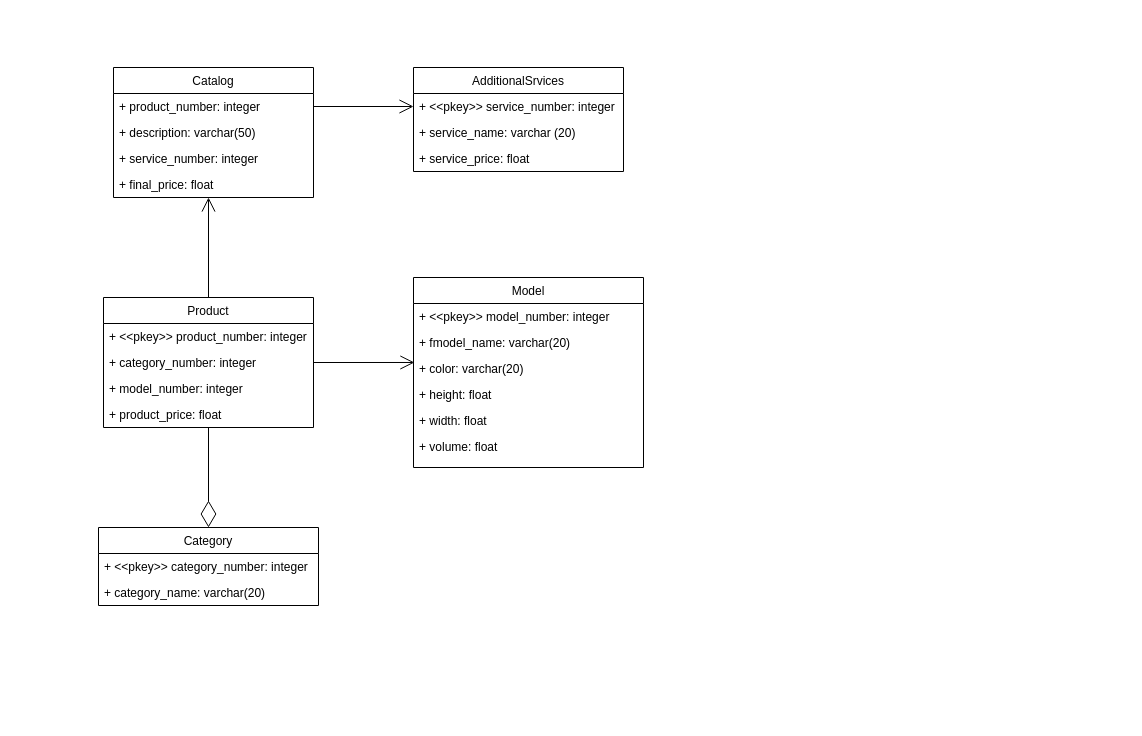
This is page "Page-2" (2 of 4) of Untitled Diagram.drawio from Someone-dono/-, a draw.io file, before an edit. Source tidied: cells renumbered, new cells numbered last; positions are measured from the earlier drawing's top-left corner, leaving out a move shared by most shapes. Both pictures are drawn from the tidied source at 100%, with x=0, y=0 at pixel (98, 67).
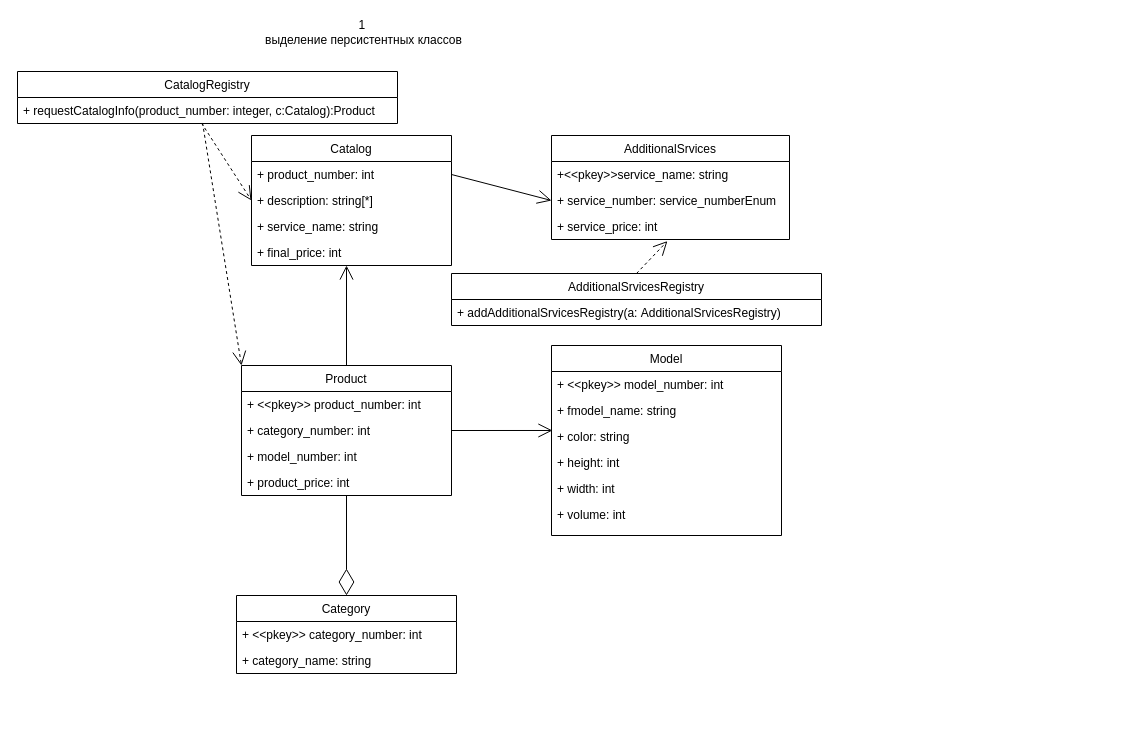
Above is the later version.

What changed in the source:
```diff
@@
+    <mxCell id="31" style="group;" parent="1" vertex="1">
+      <mxGeometry x="-81" y="-50" width="1107" height="702" as="geometry" />
+    </mxCell>
-    <mxCell id="2" style="group;" parent="1" vertex="1">
-      <mxGeometry width="545" height="538" as="geometry" />
+    <mxCell id="2" style="group;" parent="31" vertex="1">
+      <mxGeometry x="97" y="118" width="1010" height="584" as="geometry" />
     </mxCell>
+    <mxCell id="32" style="group;" parent="2" vertex="1">
+      <mxGeometry x="122" width="750" height="538" as="geometry" />
+    </mxCell>
+    <mxCell id="33" style="group;" parent="32" vertex="1">
+      <mxGeometry width="585" height="538" as="geometry" />
+    </mxCell>
-    <mxCell id="3" value="AdditionalSrvices" style="swimlane;fontStyle=0;horizontal=1;startSize=26;fillColor=none;" parent="2" vertex="1">
-      <mxGeometry x="315" width="210" height="104" as="geometry" />
+    <mxCell id="3" value="AdditionalSrvices" style="swimlane;fontStyle=0;horizontal=1;startSize=26;fillColor=none;" parent="33" vertex="1">
+      <mxGeometry x="315" width="238" height="104" as="geometry" />
     </mxCell>
+    <mxCell id="5" value="+&lt;&lt;pkey&gt;&gt;service_name: string" style="text;strokeColor=none;fillColor=none;align=left;verticalAlign=top;spacingLeft=4;spacingRight=4;overflow=hidden;" parent="3" vertex="1">
+      <mxGeometry y="26" width="238" height="26" as="geometry" />
+    </mxCell>
-    <mxCell id="4" value="+ &lt;&lt;pkey&gt;&gt; service_number: integer" style="text;strokeColor=none;fillColor=none;align=left;verticalAlign=top;spacingLeft=4;spacingRight=4;overflow=hidden;points=[[0,0.5],[1,0.5]];portConstraint=eastwest;" parent="3" vertex="1">
-      <mxGeometry y="26" width="210" height="26" as="geometry" />
+    <mxCell id="4" value="+ service_number: service_numberEnum" style="text;strokeColor=none;fillColor=none;align=left;verticalAlign=top;spacingLeft=4;spacingRight=4;overflow=hidden;points=[[0,0.5],[1,0.5]];portConstraint=eastwest;" parent="3" vertex="1">
+      <mxGeometry y="52" width="238" height="26" as="geometry" />
     </mxCell>
-    <mxCell id="5" value="+ service_name: varchar (20)" style="text;strokeColor=none;fillColor=none;align=left;verticalAlign=top;spacingLeft=4;spacingRight=4;overflow=hidden;" parent="3" vertex="1">
-      <mxGeometry y="52" width="210" height="26" as="geometry" />
-    </mxCell>
-    <mxCell id="6" value="+ service_price: float" style="text;strokeColor=none;fillColor=none;align=left;verticalAlign=top;spacingLeft=4;spacingRight=4;overflow=hidden;points=[[0,0.5],[1,0.5]];portConstraint=eastwest;" parent="3" vertex="1">
-      <mxGeometry y="78" width="210" height="26" as="geometry" />
+    <mxCell id="6" value="+ service_price: int" style="text;strokeColor=none;fillColor=none;align=left;verticalAlign=top;spacingLeft=4;spacingRight=4;overflow=hidden;points=[[0,0.5],[1,0.5]];portConstraint=eastwest;" parent="3" vertex="1">
+      <mxGeometry y="78" width="238" height="26" as="geometry" />
     </mxCell>
-    <mxCell id="7" value="Catalog" style="swimlane;fontStyle=0;horizontal=1;startSize=26;fillColor=none;" parent="2" vertex="1">
+    <mxCell id="7" value="Catalog" style="swimlane;fontStyle=0;horizontal=1;startSize=26;fillColor=none;" parent="33" vertex="1">
       <mxGeometry x="15" width="200" height="130" as="geometry" />
     </mxCell>
-    <mxCell id="8" value="+ product_number: integer" style="text;strokeColor=none;fillColor=none;align=left;verticalAlign=top;spacingLeft=4;spacingRight=4;overflow=hidden;points=[[0,0.5],[1,0.5]];portConstraint=eastwest;" parent="7" vertex="1">
+    <mxCell id="8" value="+ product_number: int" style="text;strokeColor=none;fillColor=none;align=left;verticalAlign=top;spacingLeft=4;spacingRight=4;overflow=hidden;points=[[0,0.5],[1,0.5]];portConstraint=eastwest;" parent="7" vertex="1">
       <mxGeometry y="26" width="200" height="26" as="geometry" />
     </mxCell>
-    <mxCell id="9" value="+ description: varchar(50)" style="text;strokeColor=none;fillColor=none;align=left;verticalAlign=top;spacingLeft=4;spacingRight=4;overflow=hidden;points=[[0,0.5],[1,0.5]];portConstraint=eastwest;" parent="7" vertex="1">
+    <mxCell id="9" value="+ description: string[*]" style="text;strokeColor=none;fillColor=none;align=left;verticalAlign=top;spacingLeft=4;spacingRight=4;overflow=hidden;points=[[0,0.5],[1,0.5]];portConstraint=eastwest;" parent="7" vertex="1">
       <mxGeometry y="52" width="200" height="26" as="geometry" />
     </mxCell>
-    <mxCell id="10" value="+ service_number: integer" style="text;strokeColor=none;fillColor=none;align=left;verticalAlign=top;spacingLeft=4;spacingRight=4;overflow=hidden;" parent="7" vertex="1">
+    <mxCell id="10" value="+ service_name: string" style="text;strokeColor=none;fillColor=none;align=left;verticalAlign=top;spacingLeft=4;spacingRight=4;overflow=hidden;" parent="7" vertex="1">
       <mxGeometry y="78" width="200" height="26" as="geometry" />
     </mxCell>
-    <mxCell id="11" value="+ final_price: float" style="text;strokeColor=none;fillColor=none;align=left;verticalAlign=top;spacingLeft=4;spacingRight=4;overflow=hidden;" parent="7" vertex="1">
+    <mxCell id="11" value="+ final_price: int" style="text;strokeColor=none;fillColor=none;align=left;verticalAlign=top;spacingLeft=4;spacingRight=4;overflow=hidden;" parent="7" vertex="1">
       <mxGeometry y="104" width="200" height="26" as="geometry" />
     </mxCell>
-    <mxCell id="12" value="Product" style="swimlane;fontStyle=0;horizontal=1;startSize=26;fillColor=none;" parent="2" vertex="1">
+    <mxCell id="12" value="Product" style="swimlane;fontStyle=0;horizontal=1;startSize=26;fillColor=none;" parent="33" vertex="1">
       <mxGeometry x="5" y="230" width="210" height="130" as="geometry" />
     </mxCell>
-    <mxCell id="13" value="+ &lt;&lt;pkey&gt;&gt; product_number: integer" style="text;strokeColor=none;fillColor=none;align=left;verticalAlign=top;spacingLeft=4;spacingRight=4;overflow=hidden;" parent="12" vertex="1">
+    <mxCell id="13" value="+ &lt;&lt;pkey&gt;&gt; product_number: int" style="text;strokeColor=none;fillColor=none;align=left;verticalAlign=top;spacingLeft=4;spacingRight=4;overflow=hidden;" parent="12" vertex="1">
       <mxGeometry y="26" width="210" height="26" as="geometry" />
     </mxCell>
-    <mxCell id="14" value="+ category_number: integer" style="text;strokeColor=none;fillColor=none;align=left;verticalAlign=top;spacingLeft=4;spacingRight=4;overflow=hidden;points=[[0,0.5],[1,0.5]];portConstraint=eastwest;" parent="12" vertex="1">
+    <mxCell id="14" value="+ category_number: int" style="text;strokeColor=none;fillColor=none;align=left;verticalAlign=top;spacingLeft=4;spacingRight=4;overflow=hidden;points=[[0,0.5],[1,0.5]];portConstraint=eastwest;" parent="12" vertex="1">
       <mxGeometry y="52" width="210" height="26" as="geometry" />
     </mxCell>
-    <mxCell id="15" value="+ model_number: integer" style="text;strokeColor=none;fillColor=none;align=left;verticalAlign=top;spacingLeft=4;spacingRight=4;overflow=hidden;" parent="12" vertex="1">
+    <mxCell id="15" value="+ model_number: int" style="text;strokeColor=none;fillColor=none;align=left;verticalAlign=top;spacingLeft=4;spacingRight=4;overflow=hidden;" parent="12" vertex="1">
       <mxGeometry y="78" width="210" height="26" as="geometry" />
     </mxCell>
-    <mxCell id="16" value="+ product_price: float" style="text;strokeColor=none;fillColor=none;align=left;verticalAlign=top;spacingLeft=4;spacingRight=4;overflow=hidden;points=[[0,0.5],[1,0.5]];portConstraint=eastwest;" parent="12" vertex="1">
+    <mxCell id="16" value="+ product_price: int" style="text;strokeColor=none;fillColor=none;align=left;verticalAlign=top;spacingLeft=4;spacingRight=4;overflow=hidden;points=[[0,0.5],[1,0.5]];portConstraint=eastwest;" parent="12" vertex="1">
       <mxGeometry y="104" width="210" height="26" as="geometry" />
     </mxCell>
-    <mxCell id="17" value="Category" style="swimlane;fontStyle=0;horizontal=1;startSize=26;fillColor=none;" parent="2" vertex="1">
+    <mxCell id="17" value="Category" style="swimlane;fontStyle=0;horizontal=1;startSize=26;fillColor=none;" parent="33" vertex="1">
       <mxGeometry y="460" width="220" height="78" as="geometry" />
     </mxCell>
-    <mxCell id="18" value="+ &lt;&lt;pkey&gt;&gt; category_number: integer" style="text;strokeColor=none;fillColor=none;align=left;verticalAlign=top;spacingLeft=4;spacingRight=4;overflow=hidden;" parent="17" vertex="1">
+    <mxCell id="18" value="+ &lt;&lt;pkey&gt;&gt; category_number: int" style="text;strokeColor=none;fillColor=none;align=left;verticalAlign=top;spacingLeft=4;spacingRight=4;overflow=hidden;" parent="17" vertex="1">
       <mxGeometry y="26" width="220" height="26" as="geometry" />
     </mxCell>
-    <mxCell id="19" value="+ category_name: varchar(20)" style="text;strokeColor=none;fillColor=none;align=left;verticalAlign=top;spacingLeft=4;spacingRight=4;overflow=hidden;" parent="17" vertex="1">
+    <mxCell id="19" value="+ category_name: string" style="text;strokeColor=none;fillColor=none;align=left;verticalAlign=top;spacingLeft=4;spacingRight=4;overflow=hidden;" parent="17" vertex="1">
       <mxGeometry y="52" width="220" height="26" as="geometry" />
     </mxCell>
-    <mxCell id="20" value="Model" style="swimlane;fontStyle=0;horizontal=1;startSize=26;fillColor=none;" parent="2" vertex="1">
+    <mxCell id="20" value="Model" style="swimlane;fontStyle=0;horizontal=1;startSize=26;fillColor=none;" parent="33" vertex="1">
       <mxGeometry x="315" y="210" width="230" height="190" as="geometry" />
     </mxCell>
-    <mxCell id="21" value="+ &lt;&lt;pkey&gt;&gt; model_number: integer" style="text;strokeColor=none;fillColor=none;align=left;verticalAlign=top;spacingLeft=4;spacingRight=4;overflow=hidden;" parent="20" vertex="1">
+    <mxCell id="21" value="+ &lt;&lt;pkey&gt;&gt; model_number: int" style="text;strokeColor=none;fillColor=none;align=left;verticalAlign=top;spacingLeft=4;spacingRight=4;overflow=hidden;" parent="20" vertex="1">
       <mxGeometry y="26" width="230" height="26" as="geometry" />
     </mxCell>
-    <mxCell id="22" value="+ fmodel_name: varchar(20)" style="text;strokeColor=none;fillColor=none;align=left;verticalAlign=top;spacingLeft=4;spacingRight=4;overflow=hidden;" parent="20" vertex="1">
+    <mxCell id="22" value="+ fmodel_name: string" style="text;strokeColor=none;fillColor=none;align=left;verticalAlign=top;spacingLeft=4;spacingRight=4;overflow=hidden;" parent="20" vertex="1">
       <mxGeometry y="52" width="230" height="26" as="geometry" />
     </mxCell>
-    <mxCell id="23" value="+ color: varchar(20)" style="text;strokeColor=none;fillColor=none;align=left;verticalAlign=top;spacingLeft=4;spacingRight=4;overflow=hidden;points=[[0,0.5],[1,0.5]];portConstraint=eastwest;" parent="20" vertex="1">
+    <mxCell id="23" value="+ color: string" style="text;strokeColor=none;fillColor=none;align=left;verticalAlign=top;spacingLeft=4;spacingRight=4;overflow=hidden;points=[[0,0.5],[1,0.5]];portConstraint=eastwest;" parent="20" vertex="1">
       <mxGeometry y="78" width="230" height="26" as="geometry" />
     </mxCell>
-    <mxCell id="24" value="+ height: float" style="text;strokeColor=none;fillColor=none;align=left;verticalAlign=top;spacingLeft=4;spacingRight=4;overflow=hidden;" parent="20" vertex="1">
+    <mxCell id="24" value="+ height: int" style="text;strokeColor=none;fillColor=none;align=left;verticalAlign=top;spacingLeft=4;spacingRight=4;overflow=hidden;" parent="20" vertex="1">
       <mxGeometry y="104" width="230" height="26" as="geometry" />
     </mxCell>
-    <mxCell id="25" value="+ width: float" style="text;strokeColor=none;fillColor=none;align=left;verticalAlign=top;spacingLeft=4;spacingRight=4;overflow=hidden;" parent="20" vertex="1">
+    <mxCell id="25" value="+ width: int" style="text;strokeColor=none;fillColor=none;align=left;verticalAlign=top;spacingLeft=4;spacingRight=4;overflow=hidden;" parent="20" vertex="1">
       <mxGeometry y="130" width="230" height="26" as="geometry" />
     </mxCell>
-    <mxCell id="26" value="+ volume: float" style="text;strokeColor=none;fillColor=none;align=left;verticalAlign=top;spacingLeft=4;spacingRight=4;overflow=hidden;" parent="20" vertex="1">
+    <mxCell id="26" value="+ volume: int" style="text;strokeColor=none;fillColor=none;align=left;verticalAlign=top;spacingLeft=4;spacingRight=4;overflow=hidden;" parent="20" vertex="1">
       <mxGeometry y="156" width="230" height="34" as="geometry" />
     </mxCell>
-    <mxCell id="27" style="endArrow=open;endFill=1;endSize=12;html=1;exitX=1;exitY=0.5;exitDx=0;exitDy=0;entryX=0;entryY=0.5;entryDx=0;entryDy=0;" parent="2" edge="1" source="8" target="4">
+    <mxCell id="27" style="endArrow=open;endFill=1;endSize=12;html=1;exitX=1;exitY=0.5;exitDx=0;exitDy=0;entryX=0;entryY=0.5;entryDx=0;entryDy=0;" parent="33" edge="1" source="8" target="4">
       <mxGeometry relative="1" as="geometry" />
     </mxCell>
-    <mxCell id="28" style="endArrow=open;endFill=1;endSize=12;html=1;exitX=0.5;exitY=0;exitDx=0;exitDy=0;" parent="2" edge="1" source="12">
+    <mxCell id="28" style="endArrow=open;endFill=1;endSize=12;html=1;exitX=0.5;exitY=0;exitDx=0;exitDy=0;" parent="33" edge="1" source="12">
       <mxGeometry relative="1" as="geometry">
         <mxPoint x="110" y="130" as="targetPoint" />
       </mxGeometry>
     </mxCell>
-    <mxCell id="29" style="endArrow=open;endFill=1;endSize=12;html=1;exitX=1;exitY=0.5;exitDx=0;exitDy=0;entryX=0.004;entryY=0.269;entryDx=0;entryDy=0;entryPerimeter=0;" parent="2" edge="1" source="14" target="23">
+    <mxCell id="29" style="endArrow=open;endFill=1;endSize=12;html=1;exitX=1;exitY=0.5;exitDx=0;exitDy=0;entryX=0.004;entryY=0.269;entryDx=0;entryDy=0;entryPerimeter=0;" parent="33" edge="1" source="14" target="23">
       <mxGeometry relative="1" as="geometry" />
     </mxCell>
-    <mxCell id="30" style="endArrow=diamondThin;endFill=0;endSize=24;html=1;entryX=0.5;entryY=0;entryDx=0;entryDy=0;" parent="2" edge="1" source="16" target="17">
+    <mxCell id="30" style="endArrow=diamondThin;endFill=0;endSize=24;html=1;entryX=0.5;entryY=0;entryDx=0;entryDy=0;" parent="33" edge="1" source="16" target="17">
       <mxGeometry relative="1" as="geometry" />
     </mxCell>
+    <mxCell id="34" value="AdditionalSrvicesRegistry" style="swimlane;fontStyle=0;horizontal=1;startSize=26;fillColor=none;" parent="33" vertex="1">
+      <mxGeometry x="215" y="138" width="370" height="52" as="geometry" />
+    </mxCell>
+    <mxCell id="35" value="+ addAdditionalSrvicesRegistry(a: AdditionalSrvicesRegistry)" style="text;strokeColor=none;fillColor=none;align=left;verticalAlign=top;spacingLeft=4;spacingRight=4;overflow=hidden;" parent="34" vertex="1">
+      <mxGeometry y="26" width="370" height="26" as="geometry" />
+    </mxCell>
+    <mxCell id="36" style="endArrow=open;endSize=12;dashed=1;html=1;exitX=0.5;exitY=0;exitDx=0;exitDy=0;entryX=0.487;entryY=1.061;entryDx=0;entryDy=0;entryPerimeter=0;" parent="33" edge="1" source="34" target="6">
+      <mxGeometry relative="1" as="geometry" />
+    </mxCell>
+    <mxCell id="37" value="1&amp;nbsp; &lt;br&gt;выделение персистентных классов" style="text;html=1;align=center;verticalAlign=middle;strokeColor=none;fillColor=none;" parent="31" vertex="1">
+      <mxGeometry x="241" width="210" height="30" as="geometry" />
+    </mxCell>
+    <mxCell id="38" value="CatalogRegistry" style="swimlane;fontStyle=0;horizontal=1;startSize=26;fillColor=none;" parent="31" vertex="1">
+      <mxGeometry y="54" width="380" height="52" as="geometry" />
+    </mxCell>
+    <mxCell id="39" value="+ requestCatalogInfo(product_number: integer, c:Catalog):Product" style="text;strokeColor=none;fillColor=none;align=left;verticalAlign=top;spacingLeft=4;spacingRight=4;overflow=hidden;points=[[0,0.5],[1,0.5]];portConstraint=eastwest;" parent="38" vertex="1">
+      <mxGeometry y="26" width="380" height="26" as="geometry" />
+    </mxCell>
+    <mxCell id="40" style="endArrow=open;endSize=12;dashed=1;html=1;entryX=0;entryY=0;entryDx=0;entryDy=0;exitX=0.487;exitY=0.98;exitDx=0;exitDy=0;exitPerimeter=0;" parent="31" edge="1" source="39" target="12">
+      <mxGeometry relative="1" as="geometry" />
+    </mxCell>
+    <mxCell id="41" style="endArrow=open;endSize=12;dashed=1;html=1;exitX=0.484;exitY=0.98;exitDx=0;exitDy=0;entryX=0;entryY=0.5;entryDx=0;entryDy=0;exitPerimeter=0;" parent="31" edge="1" source="39" target="9">
+      <mxGeometry relative="1" as="geometry" />
+    </mxCell>
```
